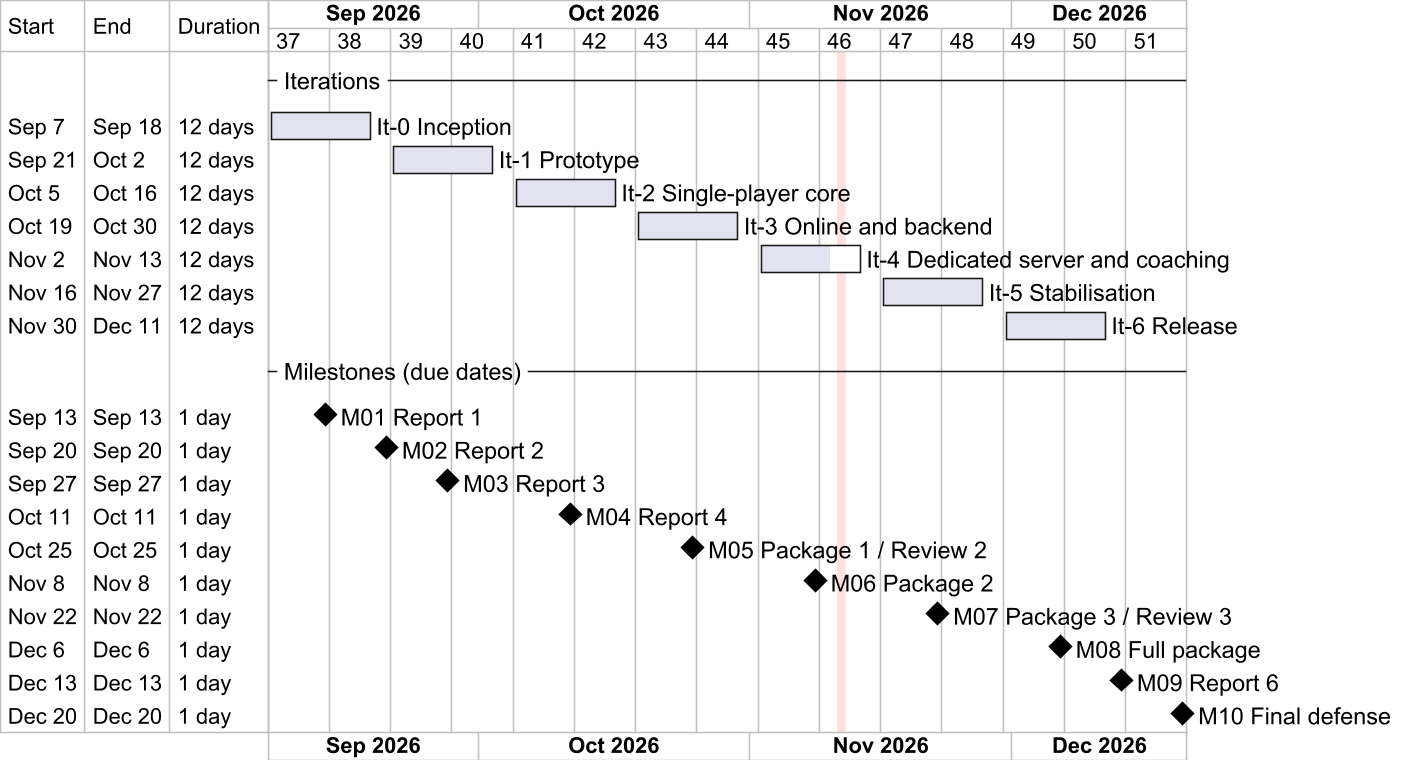
This is Doc/Project_report/Report/diagrams/png/r2_gantt.png from Tad-Min/PickleVerse, a PlantUML export, as it was before one commit.
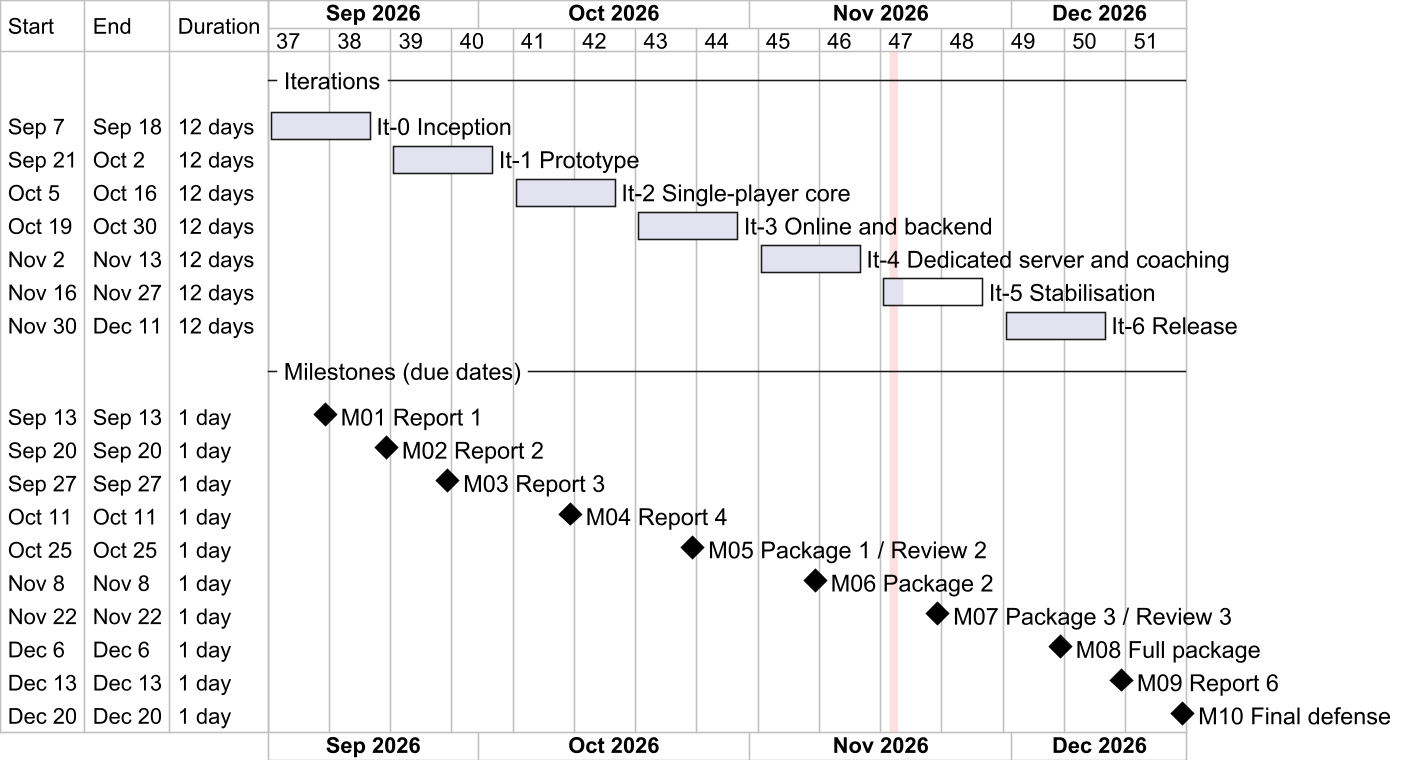
After the change.

Change to the diagram source:
```diff
@@ -22,7 +22,8 @@
 [It-1 Prototype] is 100% completed
 [It-2 Single-player core] is 100% completed
 [It-3 Online and backend] is 100% completed
-[It-4 Dedicated server and coaching] is 70% completed
+[It-4 Dedicated server and coaching] is 100% completed
+[It-5 Stabilisation] is 20% completed
 -- Milestones (due dates) --
 [M01 Report 1] happens 2026-09-13
 [M02 Report 2] happens 2026-09-20
@@ -34,5 +35,5 @@
 [M08 Full package] happens 2026-12-06
 [M09 Report 6] happens 2026-12-13
 [M10 Final defense] happens 2026-12-20
-today is 2026-11-11 and is colored in #FFE0E0
+today is 2026-11-17 and is colored in #FFE0E0
 @endgantt
```
